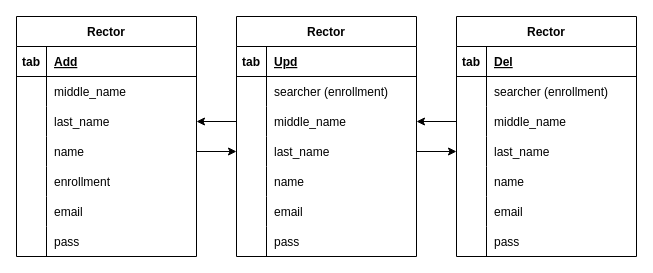
Before: page "Rector" (2 of 6) of Rectory.drawio in miguelrang/InscripcionHorarioSIASE-UANL-SIMULACION-2.0, a draw.io diagram. Source tidied: cells renumbered, new cells numbered last; positions are measured from the earlier drawing's top-left corner, leaving out a move shared by most shapes. Both pictures are drawn from the tidied source at 100%, with x=0, y=0 at pixel (16, 16).
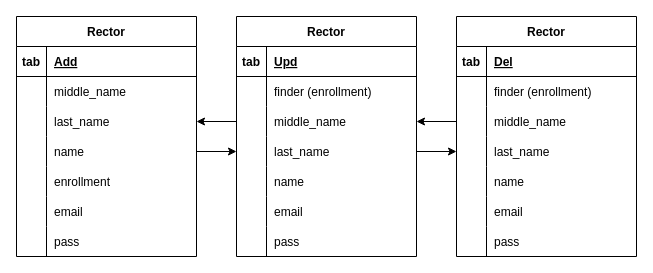
The same diagram, later.

The change refers to these unchanged cells:
```xml
<mxCell id="28" style="shape=tableRow;horizontal=0;startSize=0;swimlaneHead=0;swimlaneBody=0;fillColor=none;top=0;left=0;right=0;bottom=0;" parent="24" vertex="1">
  <mxGeometry y="60" width="180" height="30" as="geometry" />
</mxCell>
<mxCell id="50" style="shape=tableRow;horizontal=0;startSize=0;swimlaneHead=0;swimlaneBody=0;fillColor=none;top=0;left=0;right=0;bottom=0;" parent="46" vertex="1">
  <mxGeometry y="60" width="180" height="30" as="geometry" />
</mxCell>
```

Diff of the diagram source:
```diff
@@
-    <mxCell id="30" value="searcher (enrollment)" style="shape=partialRectangle;fillColor=none;top=0;left=0;bottom=0;right=0;align=left;spacingLeft=6;overflow=hidden;" parent="28" vertex="1">
+    <mxCell id="30" value="finder (enrollment)" style="shape=partialRectangle;fillColor=none;top=0;left=0;bottom=0;right=0;align=left;spacingLeft=6;overflow=hidden;" parent="28" vertex="1">
       <mxGeometry x="30" width="150" height="30" as="geometry" />
     </mxCell>
@@
-    <mxCell id="52" value="searcher (enrollment)" style="shape=partialRectangle;fillColor=none;top=0;left=0;bottom=0;right=0;align=left;spacingLeft=6;overflow=hidden;" parent="50" vertex="1">
+    <mxCell id="52" value="finder (enrollment)" style="shape=partialRectangle;fillColor=none;top=0;left=0;bottom=0;right=0;align=left;spacingLeft=6;overflow=hidden;" parent="50" vertex="1">
       <mxGeometry x="30" width="150" height="30" as="geometry" />
     </mxCell>
```
